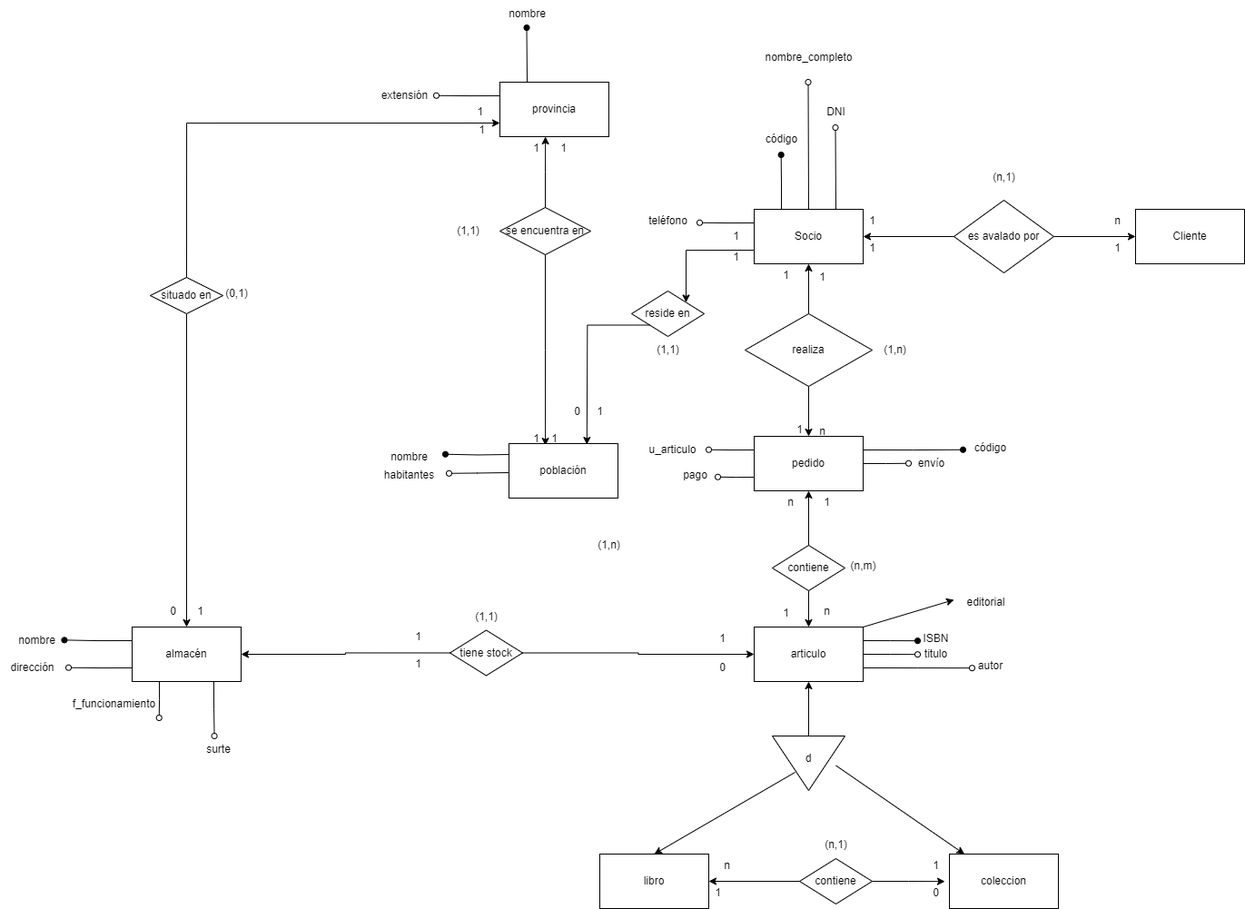
Earlier version of the draw.io export ejercicio4-libros.drawio.png (bibifupi/Abril23). Source tidied: cells renumbered, new cells last; positions are measured from the earlier drawing's top-left corner, leaving out a move shared by most shapes.
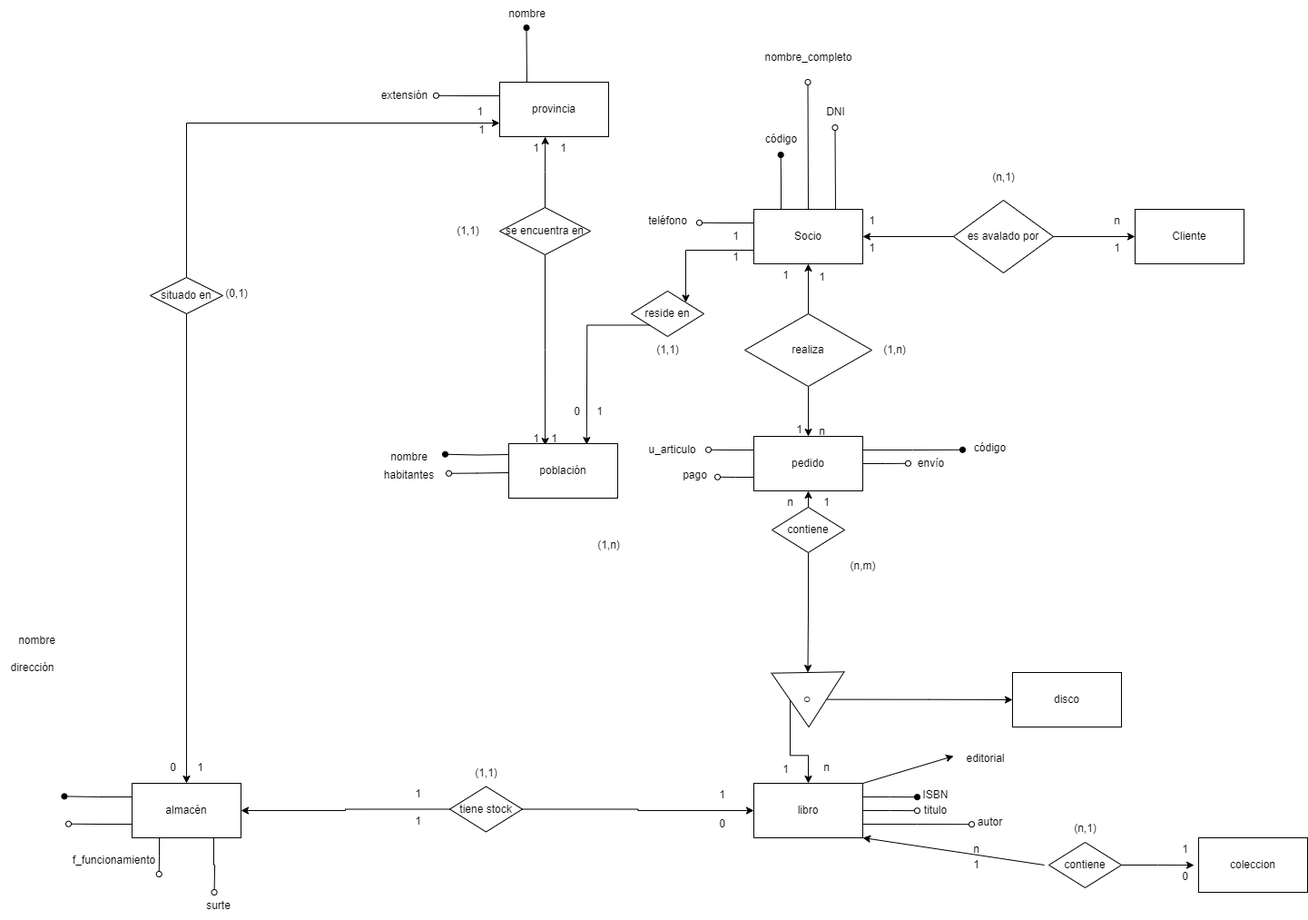
Above is the later version.

What changed in the source:
```diff
@@ -70,55 +70,54 @@
         <mxPoint x="490" y="499.7" as="targetPoint" />
       </mxGeometry>
     </mxCell>
-    <mxCell id="17" style="edgeStyle=orthogonalEdgeStyle;rounded=0;jettySize=auto;html=1;exitX=0;exitY=0.25;exitDx=0;exitDy=0;endArrow=oval;endFill=1;entryX=1.007;entryY=0.479;entryDx=0;entryDy=0;entryPerimeter=0;" parent="1" edge="1" source="21" target="82">
-      <mxGeometry relative="1" as="geometry" />
+    <mxCell id="17" style="edgeStyle=orthogonalEdgeStyle;rounded=0;jettySize=auto;html=1;exitX=0;exitY=0.25;exitDx=0;exitDy=0;endArrow=oval;endFill=1;entryX=1.007;entryY=0.479;entryDx=0;entryDy=0;entryPerimeter=0;" parent="1" edge="1" source="21">
+      <mxGeometry relative="1" as="geometry">
+        <mxPoint x="70.4" y="876.4" as="targetPoint" />
+      </mxGeometry>
     </mxCell>
     <mxCell id="18" style="edgeStyle=orthogonalEdgeStyle;rounded=0;jettySize=auto;html=1;exitX=0;exitY=0.75;exitDx=0;exitDy=0;endArrow=oval;endFill=0;" parent="1" edge="1" source="21">
       <mxGeometry relative="1" as="geometry">
-        <mxPoint x="75" y="734.7" as="targetPoint" />
+        <mxPoint x="75" y="906.7" as="targetPoint" />
       </mxGeometry>
     </mxCell>
     <mxCell id="19" style="edgeStyle=orthogonalEdgeStyle;rounded=0;jettySize=auto;html=1;exitX=0.25;exitY=1;exitDx=0;exitDy=0;endArrow=oval;endFill=0;" parent="1" edge="1" source="21">
       <mxGeometry relative="1" as="geometry">
-        <mxPoint x="174.7" y="790" as="targetPoint" />
+        <mxPoint x="174.7" y="962" as="targetPoint" />
       </mxGeometry>
     </mxCell>
     <mxCell id="20" style="edgeStyle=orthogonalEdgeStyle;rounded=0;jettySize=auto;html=1;exitX=0.75;exitY=1;exitDx=0;exitDy=0;endArrow=oval;endFill=0;" parent="1" edge="1" source="21">
       <mxGeometry relative="1" as="geometry">
-        <mxPoint x="235.6" y="810" as="targetPoint" />
+        <mxPoint x="235.6" y="982" as="targetPoint" />
       </mxGeometry>
     </mxCell>
     <mxCell id="21" value="almacén" style="rounded=0;whiteSpace=wrap;html=1;" parent="1" vertex="1">
-      <mxGeometry x="145" y="690" width="120" height="60" as="geometry" />
+      <mxGeometry x="145" y="862" width="120" height="60" as="geometry" />
     </mxCell>
     <mxCell id="22" style="edgeStyle=orthogonalEdgeStyle;rounded=0;jettySize=auto;html=1;exitX=1;exitY=0.25;exitDx=0;exitDy=0;endArrow=oval;endFill=1;" parent="1" edge="1" source="26">
       <mxGeometry relative="1" as="geometry">
-        <mxPoint x="1010" y="705.2" as="targetPoint" />
+        <mxPoint x="1010" y="877.2" as="targetPoint" />
       </mxGeometry>
     </mxCell>
     <mxCell id="23" style="edgeStyle=orthogonalEdgeStyle;rounded=0;jettySize=auto;html=1;exitX=1;exitY=0.5;exitDx=0;exitDy=0;endArrow=oval;endFill=0;" parent="1" edge="1" source="26">
       <mxGeometry relative="1" as="geometry">
-        <mxPoint x="1010" y="720.2" as="targetPoint" />
+        <mxPoint x="1010" y="892.2" as="targetPoint" />
       </mxGeometry>
     </mxCell>
     <mxCell id="24" style="edgeStyle=orthogonalEdgeStyle;rounded=0;jettySize=auto;html=1;exitX=1;exitY=0.75;exitDx=0;exitDy=0;endArrow=oval;endFill=0;" parent="1" edge="1" source="26">
       <mxGeometry relative="1" as="geometry">
-        <mxPoint x="1070" y="735.2" as="targetPoint" />
+        <mxPoint x="1070" y="907.2" as="targetPoint" />
       </mxGeometry>
     </mxCell>
     <mxCell id="25" style="rounded=0;jettySize=auto;html=1;exitX=1;exitY=0;exitDx=0;exitDy=0;" parent="1" edge="1" source="26">
       <mxGeometry relative="1" as="geometry">
-        <mxPoint x="1050" y="660" as="targetPoint" />
+        <mxPoint x="1050" y="832" as="targetPoint" />
       </mxGeometry>
     </mxCell>
-    <mxCell id="26" value="articulo" style="rounded=0;whiteSpace=wrap;html=1;" parent="1" vertex="1">
-      <mxGeometry x="830" y="690" width="120" height="60" as="geometry" />
+    <mxCell id="26" value="libro" style="rounded=0;whiteSpace=wrap;html=1;" parent="1" vertex="1">
+      <mxGeometry x="830" y="862" width="120" height="60" as="geometry" />
     </mxCell>
-    <mxCell id="27" value="libro" style="rounded=0;whiteSpace=wrap;html=1;" parent="1" vertex="1">
-      <mxGeometry x="660" y="940" width="120" height="60" as="geometry" />
-    </mxCell>
     <mxCell id="28" value="coleccion" style="rounded=0;whiteSpace=wrap;html=1;" parent="1" vertex="1">
-      <mxGeometry x="1045" y="940" width="120" height="60" as="geometry" />
+      <mxGeometry x="1320" y="922" width="120" height="60" as="geometry" />
     </mxCell>
     <mxCell id="29" style="edgeStyle=orthogonalEdgeStyle;rounded=0;jettySize=auto;html=1;exitX=1;exitY=0.5;exitDx=0;exitDy=0;entryX=0;entryY=0.5;entryDx=0;entryDy=0;" parent="1" edge="1" source="31" target="32">
       <mxGeometry relative="1" as="geometry" />
@@ -220,11 +219,14 @@
     <mxCell id="60" style="edgeStyle=orthogonalEdgeStyle;rounded=0;jettySize=auto;html=1;exitX=0.5;exitY=0;exitDx=0;exitDy=0;entryX=0.5;entryY=1;entryDx=0;entryDy=0;" parent="1" edge="1" source="62" target="12">
       <mxGeometry relative="1" as="geometry" />
     </mxCell>
-    <mxCell id="61" style="edgeStyle=orthogonalEdgeStyle;rounded=0;jettySize=auto;html=1;exitX=0.5;exitY=1;exitDx=0;exitDy=0;entryX=0.5;entryY=0;entryDx=0;entryDy=0;" parent="1" edge="1" source="62" target="26">
+    <mxCell id="61" style="edgeStyle=orthogonalEdgeStyle;rounded=0;jettySize=auto;html=1;exitX=0.5;exitY=1;exitDx=0;exitDy=0;entryX=0.5;entryY=0;entryDx=0;entryDy=0;" parent="1" edge="1" source="124" target="26">
       <mxGeometry relative="1" as="geometry" />
     </mxCell>
+    <mxCell id="122" style="edgeStyle=orthogonalEdgeStyle;rounded=0;jettySize=auto;html=1;exitX=0.5;exitY=1;exitDx=0;exitDy=0;entryX=0;entryY=0.5;entryDx=0;entryDy=0;" parent="1" edge="1" source="62" target="124">
+      <mxGeometry relative="1" as="geometry" />
+    </mxCell>
     <mxCell id="62" value="contiene" style="rhombus;whiteSpace=wrap;html=1;" parent="1" vertex="1">
-      <mxGeometry x="850" y="600" width="80" height="50" as="geometry" />
+      <mxGeometry x="850" y="558" width="80" height="50" as="geometry" />
     </mxCell>
     <mxCell id="63" value="1" style="text;html=1;align=center;verticalAlign=middle;strokeColor=none;fillColor=none;" parent="1" vertex="1">
       <mxGeometry x="890" y="290" width="30" height="30" as="geometry" />
@@ -245,10 +247,10 @@
       <mxGeometry x="895" y="538" width="30" height="30" as="geometry" />
     </mxCell>
     <mxCell id="69" value="n" style="text;html=1;align=center;verticalAlign=middle;strokeColor=none;fillColor=none;" parent="1" vertex="1">
-      <mxGeometry x="895" y="658" width="30" height="30" as="geometry" />
+      <mxGeometry x="895" y="830" width="30" height="30" as="geometry" />
     </mxCell>
     <mxCell id="70" value="1" style="text;html=1;align=center;verticalAlign=middle;strokeColor=none;fillColor=none;" parent="1" vertex="1">
-      <mxGeometry x="850" y="660" width="30" height="30" as="geometry" />
+      <mxGeometry x="850" y="832" width="30" height="30" as="geometry" />
     </mxCell>
     <mxCell id="71" value="n" style="text;html=1;align=center;verticalAlign=middle;strokeColor=none;fillColor=none;" parent="1" vertex="1">
       <mxGeometry x="855" y="538" width="30" height="30" as="geometry" />
@@ -304,7 +306,7 @@
       <mxGeometry y="720" width="70" height="30" as="geometry" />
     </mxCell>
     <mxCell id="88" value="f_funcionamiento" style="text;html=1;align=center;verticalAlign=middle;strokeColor=none;fillColor=none;" parent="1" vertex="1">
-      <mxGeometry x="70" y="760" width="110" height="30" as="geometry" />
+      <mxGeometry x="70" y="932" width="110" height="30" as="geometry" />
     </mxCell>
     <mxCell id="89" style="edgeStyle=orthogonalEdgeStyle;rounded=0;jettySize=auto;html=1;exitX=0;exitY=0.5;exitDx=0;exitDy=0;entryX=1;entryY=0.5;entryDx=0;entryDy=0;" parent="1" edge="1" source="91" target="21">
       <mxGeometry relative="1" as="geometry" />
@@ -313,25 +315,25 @@
       <mxGeometry relative="1" as="geometry" />
     </mxCell>
     <mxCell id="91" value="tiene stock" style="rhombus;whiteSpace=wrap;html=1;" parent="1" vertex="1">
-      <mxGeometry x="495" y="693.5" width="80" height="50" as="geometry" />
+      <mxGeometry x="495" y="865.5" width="80" height="50" as="geometry" />
     </mxCell>
     <mxCell id="92" value="1" style="text;html=1;align=center;verticalAlign=middle;strokeColor=none;fillColor=none;" parent="1" vertex="1">
-      <mxGeometry x="445" y="686.5" width="30" height="30" as="geometry" />
+      <mxGeometry x="445" y="858.5" width="30" height="30" as="geometry" />
     </mxCell>
     <mxCell id="93" value="1" style="text;html=1;align=center;verticalAlign=middle;strokeColor=none;fillColor=none;" parent="1" vertex="1">
-      <mxGeometry x="780" y="688" width="30" height="30" as="geometry" />
+      <mxGeometry x="780" y="860" width="30" height="30" as="geometry" />
     </mxCell>
     <mxCell id="94" value="1" style="text;html=1;align=center;verticalAlign=middle;strokeColor=none;fillColor=none;" parent="1" vertex="1">
-      <mxGeometry x="445" y="716.5" width="30" height="30" as="geometry" />
+      <mxGeometry x="445" y="888.5" width="30" height="30" as="geometry" />
     </mxCell>
     <mxCell id="95" value="0" style="text;html=1;align=center;verticalAlign=middle;strokeColor=none;fillColor=none;" parent="1" vertex="1">
-      <mxGeometry x="780" y="720" width="30" height="30" as="geometry" />
+      <mxGeometry x="780" y="892" width="30" height="30" as="geometry" />
     </mxCell>
     <mxCell id="96" value="(1,1)" style="text;html=1;align=center;verticalAlign=middle;strokeColor=none;fillColor=none;" parent="1" vertex="1">
-      <mxGeometry x="510" y="663.5" width="50" height="30" as="geometry" />
+      <mxGeometry x="510" y="835.5" width="50" height="30" as="geometry" />
     </mxCell>
     <mxCell id="97" value="1" style="text;html=1;align=center;verticalAlign=middle;strokeColor=none;fillColor=none;" parent="1" vertex="1">
-      <mxGeometry x="205" y="658" width="30" height="30" as="geometry" />
+      <mxGeometry x="205" y="830" width="30" height="30" as="geometry" />
     </mxCell>
     <mxCell id="98" value="1" style="text;html=1;align=center;verticalAlign=middle;strokeColor=none;fillColor=none;" parent="1" vertex="1">
       <mxGeometry x="515" y="128" width="30" height="30" as="geometry" />
@@ -340,72 +342,66 @@
       <mxGeometry x="515" y="108" width="30" height="30" as="geometry" />
     </mxCell>
     <mxCell id="100" value="0" style="text;html=1;align=center;verticalAlign=middle;strokeColor=none;fillColor=none;" parent="1" vertex="1">
-      <mxGeometry x="175" y="658" width="30" height="30" as="geometry" />
+      <mxGeometry x="175" y="830" width="30" height="30" as="geometry" />
     </mxCell>
     <mxCell id="101" value="(0,1)" style="text;html=1;align=center;verticalAlign=middle;strokeColor=none;fillColor=none;" parent="1" vertex="1">
       <mxGeometry x="235" y="308" width="50" height="30" as="geometry" />
     </mxCell>
     <mxCell id="102" value="surte" style="text;html=1;align=center;verticalAlign=middle;strokeColor=none;fillColor=none;" parent="1" vertex="1">
-      <mxGeometry x="215" y="810" width="50" height="30" as="geometry" />
+      <mxGeometry x="215" y="982" width="50" height="30" as="geometry" />
     </mxCell>
-    <mxCell id="103" style="edgeStyle=orthogonalEdgeStyle;rounded=0;jettySize=auto;html=1;exitX=0;exitY=0.5;exitDx=0;exitDy=0;entryX=0.5;entryY=1;entryDx=0;entryDy=0;" parent="1" edge="1" source="105" target="26">
-      <mxGeometry relative="1" as="geometry" />
-    </mxCell>
-    <mxCell id="104" style="group;" parent="1" vertex="1">
-      <mxGeometry x="850" y="810" width="80" height="60" as="geometry" />
-    </mxCell>
-    <mxCell id="105" style="triangle;whiteSpace=wrap;html=1;rotation=90;" parent="104" vertex="1">
-      <mxGeometry x="10" y="-10" width="60" height="80" as="geometry" />
-    </mxCell>
-    <mxCell id="106" value="d" style="text;html=1;align=center;verticalAlign=middle;whiteSpace=wrap;rounded=0;" parent="104" vertex="1">
-      <mxGeometry x="10" y="10" width="60" height="30" as="geometry" />
-    </mxCell>
-    <mxCell id="107" style="rounded=0;jettySize=auto;html=1;exitX=0.25;exitY=1;exitDx=0;exitDy=0;entryX=0.5;entryY=0;entryDx=0;entryDy=0;" parent="1" edge="1" source="106" target="27">
-      <mxGeometry relative="1" as="geometry" />
-    </mxCell>
-    <mxCell id="108" style="rounded=0;jettySize=auto;html=1;exitX=1;exitY=0.75;exitDx=0;exitDy=0;" parent="1" edge="1" source="106" target="28">
-      <mxGeometry relative="1" as="geometry" />
-    </mxCell>
     <mxCell id="109" value="ISBN" style="text;html=1;align=center;verticalAlign=middle;strokeColor=none;fillColor=none;" parent="1" vertex="1">
-      <mxGeometry x="1005" y="688" width="50" height="30" as="geometry" />
+      <mxGeometry x="1005" y="860" width="50" height="30" as="geometry" />
     </mxCell>
     <mxCell id="110" value="titulo" style="text;html=1;align=center;verticalAlign=middle;strokeColor=none;fillColor=none;" parent="1" vertex="1">
-      <mxGeometry x="1005" y="705" width="50" height="30" as="geometry" />
+      <mxGeometry x="1005" y="877" width="50" height="30" as="geometry" />
     </mxCell>
     <mxCell id="111" value="autor" style="text;html=1;align=center;verticalAlign=middle;strokeColor=none;fillColor=none;" parent="1" vertex="1">
-      <mxGeometry x="1065" y="718" width="50" height="30" as="geometry" />
+      <mxGeometry x="1065" y="890" width="50" height="30" as="geometry" />
     </mxCell>
     <mxCell id="112" value="editorial" style="text;html=1;align=center;verticalAlign=middle;strokeColor=none;fillColor=none;" parent="1" vertex="1">
-      <mxGeometry x="1050" y="648" width="70" height="30" as="geometry" />
+      <mxGeometry x="1050" y="820" width="70" height="30" as="geometry" />
     </mxCell>
     <mxCell id="113" style="edgeStyle=orthogonalEdgeStyle;rounded=0;jettySize=auto;html=1;exitX=1;exitY=0.5;exitDx=0;exitDy=0;" parent="1" edge="1" source="115">
       <mxGeometry relative="1" as="geometry">
-        <mxPoint x="1040" y="970.2" as="targetPoint" />
+        <mxPoint x="1315" y="952.2" as="targetPoint" />
       </mxGeometry>
     </mxCell>
-    <mxCell id="114" style="edgeStyle=orthogonalEdgeStyle;rounded=0;jettySize=auto;html=1;exitX=0;exitY=0.5;exitDx=0;exitDy=0;entryX=1;entryY=0.5;entryDx=0;entryDy=0;" parent="1" edge="1" source="115" target="27">
-      <mxGeometry relative="1" as="geometry" />
+    <mxCell id="114" style="rounded=0;orthogonalLoop=1;jettySize=auto;html=1;entryX=1;entryY=0.5;entryDx=0;entryDy=0;" parent="1" edge="1">
+      <mxGeometry relative="1" as="geometry">
+        <mxPoint x="1150" y="952" as="sourcePoint" />
+        <mxPoint x="950" y="922" as="targetPoint" />
+      </mxGeometry>
     </mxCell>
     <mxCell id="115" value="contiene" style="rhombus;whiteSpace=wrap;html=1;" parent="1" vertex="1">
-      <mxGeometry x="880" y="945" width="80" height="50" as="geometry" />
+      <mxGeometry x="1155" y="927" width="80" height="50" as="geometry" />
     </mxCell>
     <mxCell id="116" value="1" style="text;html=1;align=center;verticalAlign=middle;strokeColor=none;fillColor=none;" parent="1" vertex="1">
-      <mxGeometry x="1015" y="938" width="30" height="30" as="geometry" />
+      <mxGeometry x="1290" y="920" width="30" height="30" as="geometry" />
     </mxCell>
     <mxCell id="117" value="n" style="text;html=1;align=center;verticalAlign=middle;strokeColor=none;fillColor=none;" parent="1" vertex="1">
-      <mxGeometry x="785" y="938" width="30" height="30" as="geometry" />
+      <mxGeometry x="1060" y="920" width="30" height="30" as="geometry" />
     </mxCell>
     <mxCell id="118" value="1" style="text;html=1;align=center;verticalAlign=middle;strokeColor=none;fillColor=none;" parent="1" vertex="1">
-      <mxGeometry x="775" y="968" width="30" height="30" as="geometry" />
+      <mxGeometry x="1060" y="937" width="30" height="30" as="geometry" />
     </mxCell>
     <mxCell id="119" value="0" style="text;html=1;align=center;verticalAlign=middle;strokeColor=none;fillColor=none;" parent="1" vertex="1">
-      <mxGeometry x="1015" y="968" width="30" height="30" as="geometry" />
+      <mxGeometry x="1290" y="950" width="30" height="30" as="geometry" />
     </mxCell>
     <mxCell id="120" value="(n,1)" style="text;html=1;align=center;verticalAlign=middle;strokeColor=none;fillColor=none;" parent="1" vertex="1">
-      <mxGeometry x="895" y="915" width="50" height="30" as="geometry" />
+      <mxGeometry x="1170" y="897" width="50" height="30" as="geometry" />
     </mxCell>
     <mxCell id="121" value="población" style="rounded=0;whiteSpace=wrap;html=1;" parent="1" vertex="1">
       <mxGeometry x="560" y="488" width="120" height="60" as="geometry" />
     </mxCell>
+    <mxCell id="123" style="edgeStyle=orthogonalEdgeStyle;rounded=0;jettySize=auto;html=1;exitX=0.5;exitY=0;exitDx=0;exitDy=0;entryX=0;entryY=0.5;entryDx=0;entryDy=0;" parent="1" edge="1" source="124" target="125">
+      <mxGeometry relative="1" as="geometry" />
+    </mxCell>
+    <mxCell id="124" value="o" style="triangle;whiteSpace=wrap;html=1;rotation=89;" parent="1" vertex="1">
+      <mxGeometry x="860" y="730" width="60" height="80" as="geometry" />
+    </mxCell>
+    <mxCell id="125" value="disco" style="rounded=0;whiteSpace=wrap;html=1;" parent="1" vertex="1">
+      <mxGeometry x="1115" y="740" width="120" height="60" as="geometry" />
+    </mxCell>
   </root>
 </mxGraphModel>
```
